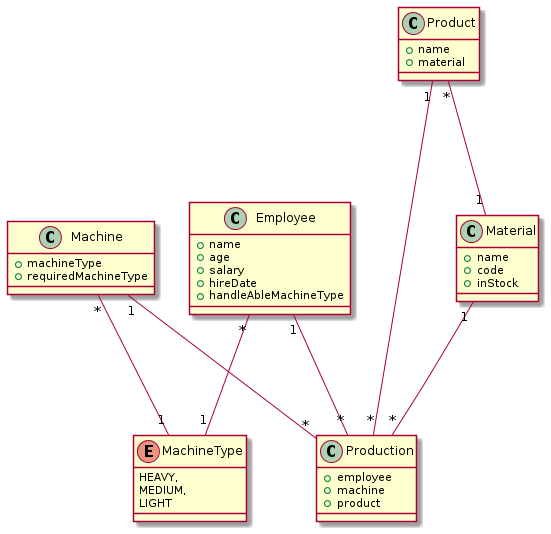
The PlantUML diagram images/cld.png in 2122-5ahitm-sew/01-microproject-dorfingerjonas, before a commit.
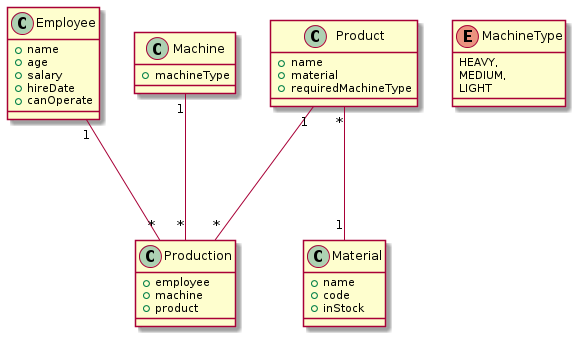
After the commit.

Diff of the diagram source:
```diff
@@ -1,17 +1,14 @@
 @startuml
 class Employee
 class Machine
-class MachineType
+enum MachineType
 class Material
 class Product
 class Production
 
 Product "1" --- "*" Production
-Material "1" --- "*" Production
 Employee "1" --- "*" Production
 Machine "1" --- "*" Production
-Machine "*" --- "1" MachineType
-Employee "*" --- "1" MachineType
 Product "*" --- "1" Material
 
 class Employee {
@@ -19,12 +16,11 @@
     + age
     + salary
     + hireDate
-    + handleAbleMachineType
+    + canOperate
 }
 
 class Machine {
     + machineType
-    + requiredMachineType
 }
 
 enum MachineType {
@@ -42,6 +38,7 @@
 class Product {
     + name
     + material
+    + requiredMachineType
 }
 
 class Production {
```
